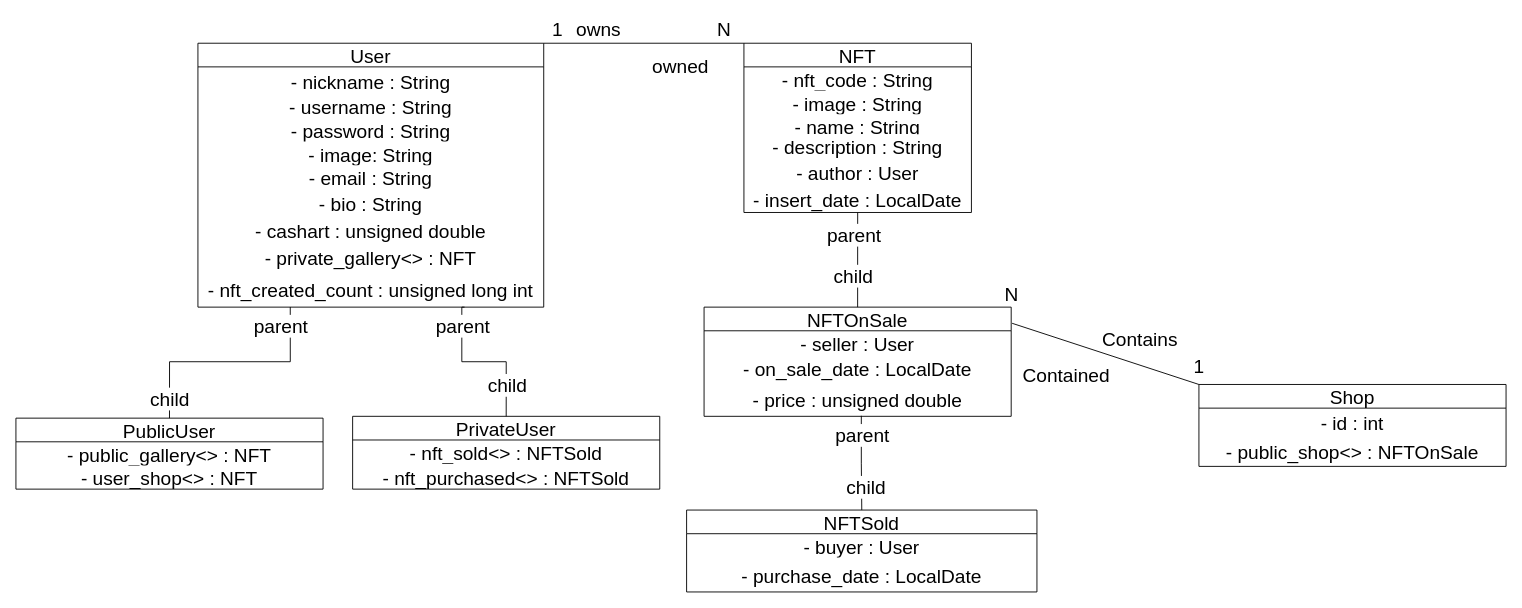
Before: Documentazione/Data_Model.drawio in Pietroalex/Compravendita_NFT, a draw.io diagram. Source tidied: cells renumbered, new cells numbered last; positions are measured from the earlier drawing's top-left corner, leaving out a move shared by most shapes. Both pictures are drawn from the tidied source at 91%, with x=0, y=0 at pixel (15, 15).
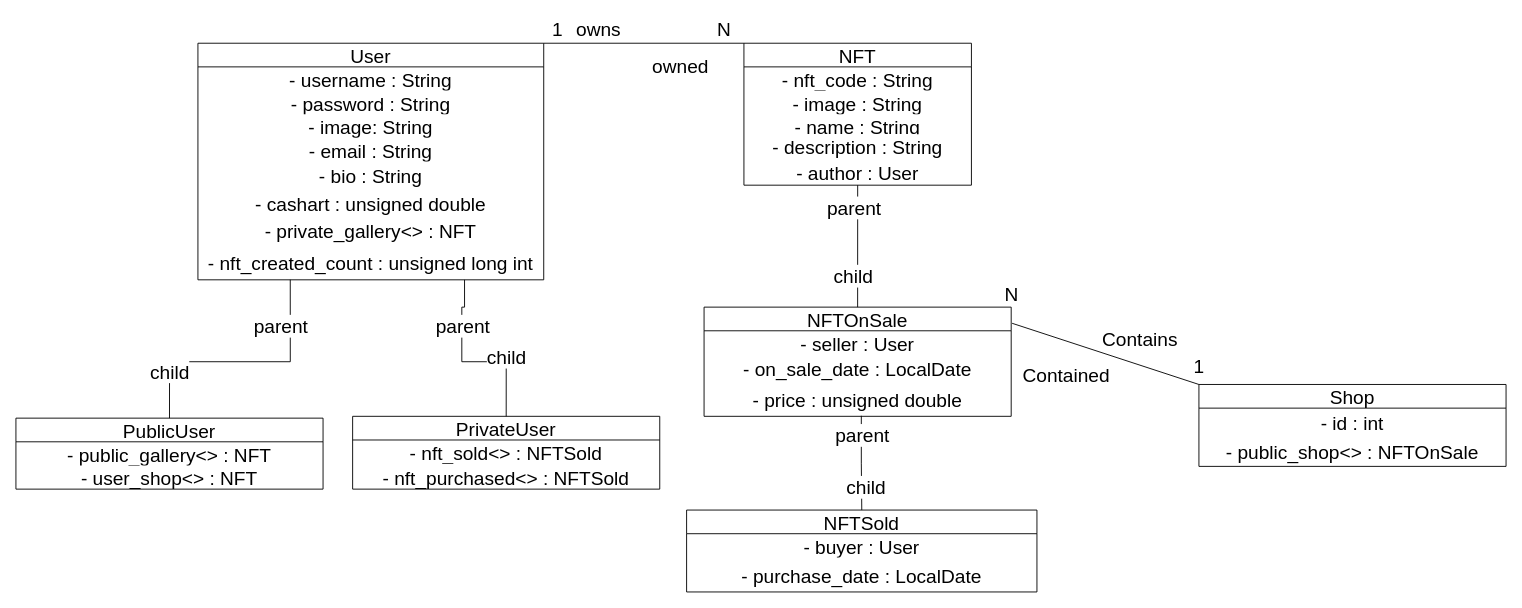
The same page after the edit.

Diff of the diagram source:
```diff
@@
     <mxCell id="2" value="User" style="swimlane;fontStyle=0;horizontal=1;startSize=26;fillColor=none;fontSize=21;labelPosition=center;verticalLabelPosition=middle;align=center;verticalAlign=middle;swimlaneLine=1;glass=0;rounded=0;shadow=0;sketch=0;spacing=2;" parent="1" vertex="1">
-      <mxGeometry x="200" y="30" width="380" height="290" as="geometry" />
+      <mxGeometry x="200" y="30" width="380" height="260" as="geometry" />
     </mxCell>
-    <mxCell id="3" value="- nickname : String" style="text;strokeColor=none;fillColor=none;spacingLeft=4;spacingRight=4;overflow=hidden;fontSize=21;labelPosition=center;verticalLabelPosition=middle;align=center;verticalAlign=middle;swimlaneLine=1;glass=0;rounded=0;shadow=0;sketch=0;spacing=2;" parent="2" vertex="1">
-      <mxGeometry y="26" width="380" height="30" as="geometry" />
-    </mxCell>
     <mxCell id="4" value="- username : String" style="text;strokeColor=none;fillColor=none;align=center;verticalAlign=middle;spacingLeft=4;spacingRight=4;overflow=hidden;fontSize=21;labelPosition=center;verticalLabelPosition=middle;swimlaneLine=1;glass=0;rounded=0;shadow=0;sketch=0;spacing=2;" parent="2" vertex="1">
-      <mxGeometry y="56" width="380" height="26" as="geometry" />
+      <mxGeometry y="26" width="380" height="26" as="geometry" />
     </mxCell>
     <mxCell id="5" value="- password : String" style="text;strokeColor=none;fillColor=none;align=center;verticalAlign=middle;spacingLeft=4;spacingRight=4;overflow=hidden;fontSize=21;labelPosition=center;verticalLabelPosition=middle;swimlaneLine=1;glass=0;rounded=0;shadow=0;sketch=0;spacing=2;" parent="2" vertex="1">
-      <mxGeometry y="82" width="380" height="26" as="geometry" />
+      <mxGeometry y="52" width="380" height="26" as="geometry" />
     </mxCell>
     <mxCell id="6" value="- image: String" style="text;strokeColor=none;fillColor=none;align=center;verticalAlign=middle;spacingLeft=4;spacingRight=4;overflow=hidden;fontSize=21;labelPosition=center;verticalLabelPosition=middle;swimlaneLine=1;glass=0;rounded=0;shadow=0;sketch=0;spacing=2;" parent="2" vertex="1">
-      <mxGeometry y="108" width="380" height="26" as="geometry" />
+      <mxGeometry y="78" width="380" height="26" as="geometry" />
     </mxCell>
     <mxCell id="7" value="- email : String" style="text;strokeColor=none;fillColor=none;spacingLeft=4;spacingRight=4;overflow=hidden;fontSize=21;labelPosition=center;verticalLabelPosition=middle;align=center;verticalAlign=middle;swimlaneLine=1;glass=0;rounded=0;shadow=0;sketch=0;spacing=2;" parent="2" vertex="1">
-      <mxGeometry y="134" width="380" height="26" as="geometry" />
+      <mxGeometry y="104" width="380" height="26" as="geometry" />
     </mxCell>
     <mxCell id="8" value="- bio : String" style="text;strokeColor=none;fillColor=none;spacingLeft=4;spacingRight=4;overflow=hidden;fontSize=21;labelPosition=center;verticalLabelPosition=middle;align=center;verticalAlign=middle;swimlaneLine=1;glass=0;rounded=0;shadow=0;sketch=0;spacing=2;" parent="2" vertex="1">
-      <mxGeometry y="160" width="380" height="30" as="geometry" />
+      <mxGeometry y="130" width="380" height="30" as="geometry" />
     </mxCell>
     <mxCell id="9" value="- cashart : unsigned double" style="text;strokeColor=none;fillColor=none;spacingLeft=4;spacingRight=4;overflow=hidden;fontSize=21;labelPosition=center;verticalLabelPosition=middle;align=center;verticalAlign=middle;swimlaneLine=1;glass=0;rounded=0;shadow=0;sketch=0;spacing=2;" parent="2" vertex="1">
-      <mxGeometry y="190" width="380" height="30" as="geometry" />
+      <mxGeometry y="160" width="380" height="30" as="geometry" />
     </mxCell>
     <mxCell id="10" value="- private_gallery&lt;&gt; : NFT" style="text;strokeColor=none;fillColor=none;spacingLeft=4;spacingRight=4;overflow=hidden;fontSize=21;labelPosition=center;verticalLabelPosition=middle;align=center;verticalAlign=middle;swimlaneLine=1;glass=0;rounded=0;shadow=0;sketch=0;spacing=2;" parent="2" vertex="1">
-      <mxGeometry y="220" width="380" height="30" as="geometry" />
+      <mxGeometry y="190" width="380" height="30" as="geometry" />
     </mxCell>
     <mxCell id="11" value="- nft_created_count : unsigned long int" style="text;strokeColor=none;fillColor=none;spacingLeft=4;spacingRight=4;overflow=hidden;points=[[0,0.5],[1,0.5]];portConstraint=eastwest;fontSize=21;labelPosition=center;verticalLabelPosition=middle;align=center;verticalAlign=middle;swimlaneLine=1;glass=0;rounded=0;shadow=0;sketch=0;spacing=2;" parent="2" vertex="1">
-      <mxGeometry y="250" width="380" height="40" as="geometry" />
+      <mxGeometry y="220" width="380" height="40" as="geometry" />
     </mxCell>
     <mxCell id="12" value="NFT" style="swimlane;fontStyle=0;horizontal=1;startSize=26;fillColor=none;fontSize=21;labelPosition=center;verticalLabelPosition=middle;align=center;verticalAlign=middle;" parent="1" vertex="1">
-      <mxGeometry x="800" y="30" width="250" height="186" as="geometry" />
+      <mxGeometry x="800" y="30" width="250" height="156" as="geometry" />
     </mxCell>
@@
-    <mxCell id="18" value="- insert_date : LocalDate" style="text;strokeColor=none;fillColor=none;spacingLeft=4;spacingRight=4;overflow=hidden;fontSize=21;labelPosition=center;verticalLabelPosition=middle;align=center;verticalAlign=middle;" parent="12" vertex="1">
-      <mxGeometry y="156" width="250" height="30" as="geometry" />
-    </mxCell>
```
